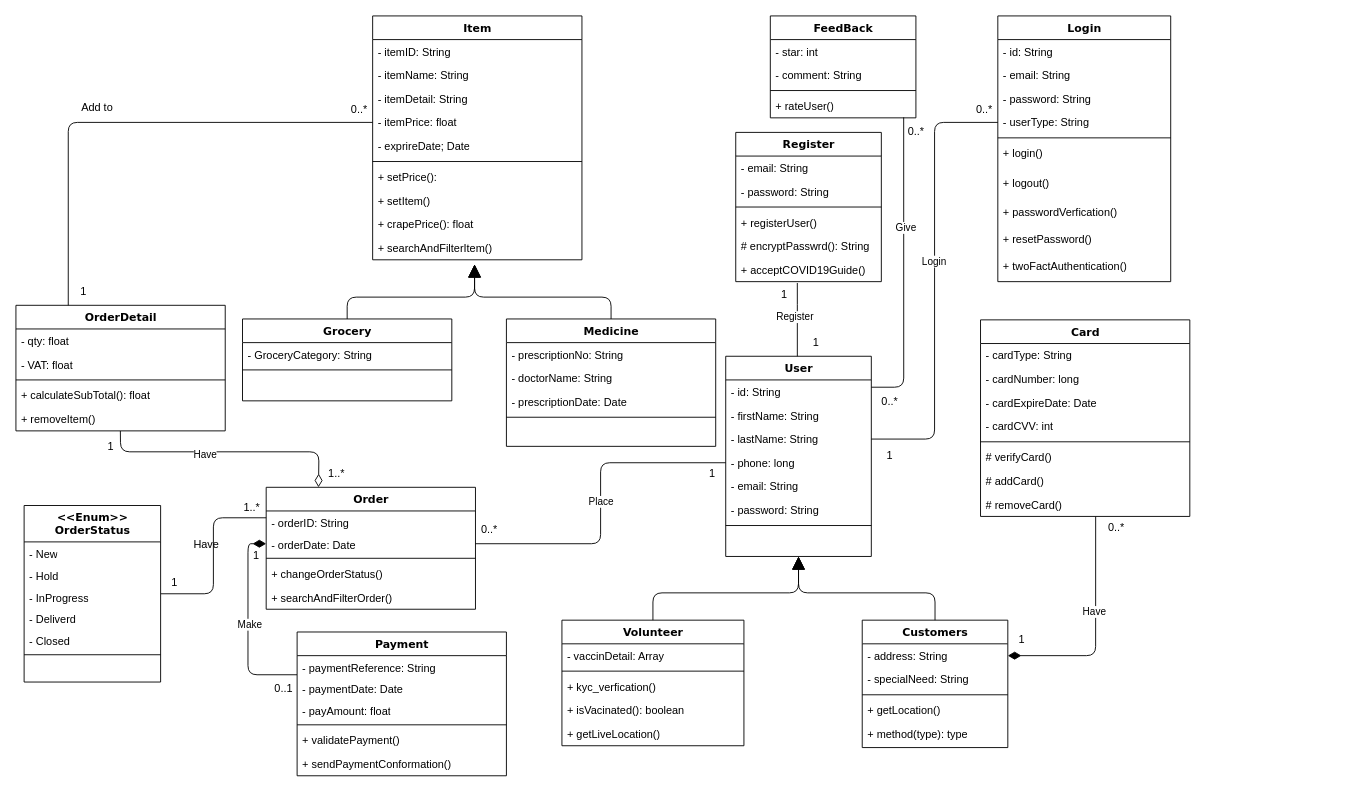
Before: Soft40091 CWK - Class Diagram.drawio in AnjeloM/AnjeloM, a draw.io diagram. Source tidied: cells renumbered, new cells numbered last; positions are measured from the earlier drawing's top-left corner, leaving out a move shared by most shapes. Both pictures are drawn from the tidied source at 91%, with x=0, y=0 at pixel (15, 15).
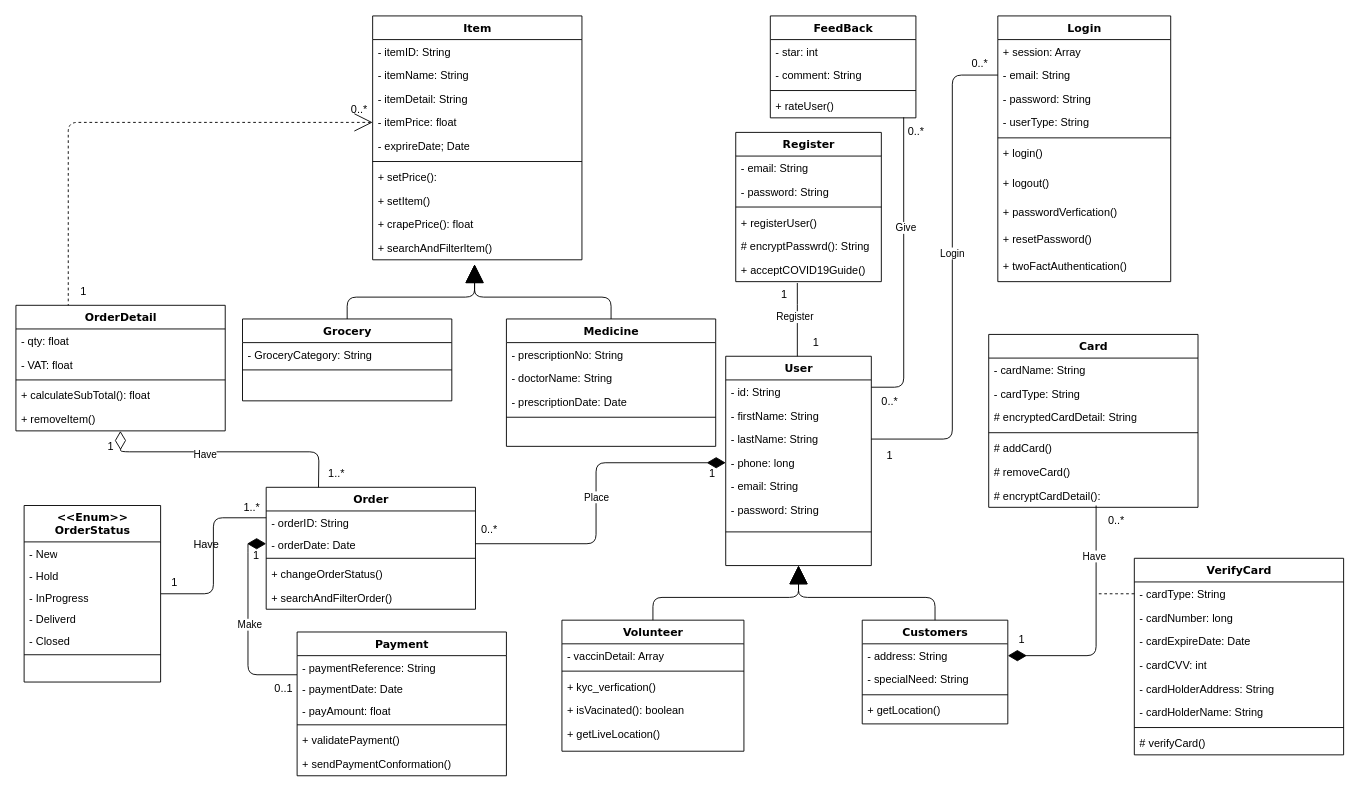
Above is the later version.

The change refers to these unchanged cells:
```xml
<mxCell id="5" value="- lastName: String" style="text;html=1;strokeColor=none;fillColor=none;align=left;verticalAlign=top;spacingLeft=4;spacingRight=4;whiteSpace=wrap;overflow=hidden;points=[[0,0.5],[1,0.5]];portConstraint=eastwest;" parent="2" vertex="1">
  <mxGeometry y="78" width="160" height="26" as="geometry" />
</mxCell>
<mxCell id="6" value="- phone: long" style="text;html=1;strokeColor=none;fillColor=none;align=left;verticalAlign=top;spacingLeft=4;spacingRight=4;whiteSpace=wrap;overflow=hidden;points=[[0,0.5],[1,0.5]];portConstraint=eastwest;" parent="2" vertex="1">
  <mxGeometry y="104" width="160" height="26" as="geometry" />
</mxCell>
<mxCell id="12" value="- address: String" style="text;html=1;strokeColor=none;fillColor=none;align=left;verticalAlign=top;spacingLeft=4;spacingRight=4;whiteSpace=wrap;overflow=hidden;points=[[0,0.5],[1,0.5]];portConstraint=eastwest;" parent="11" vertex="1">
  <mxGeometry y="26" width="160" height="26" as="geometry" />
</mxCell>
<mxCell id="17" value="Login" style="swimlane;html=1;fontStyle=1;align=center;verticalAlign=top;horizontal=1;startSize=26;swimlaneFillColor=#ffffff;rounded=0;shadow=0;comic=0;labelBackgroundColor=none;strokeWidth=1;fillColor=none;fontFamily=Verdana;fontSize=12;" parent="1" vertex="1">
  <mxGeometry x="1079" width="190" height="292" as="geometry" />
</mxCell>
<mxCell id="19" value="- email: String" style="text;html=1;strokeColor=none;fillColor=none;align=left;verticalAlign=top;spacingLeft=4;spacingRight=4;whiteSpace=wrap;overflow=hidden;points=[[0,0.5],[1,0.5]];portConstraint=eastwest;" parent="17" vertex="1">
  <mxGeometry y="52" width="190" height="26" as="geometry" />
</mxCell>
<mxCell id="21" value="- userType: String" style="text;html=1;strokeColor=none;fillColor=none;align=left;verticalAlign=top;spacingLeft=4;spacingRight=4;whiteSpace=wrap;overflow=hidden;points=[[0,0.5],[1,0.5]];portConstraint=eastwest;" parent="17" vertex="1">
  <mxGeometry y="104" width="190" height="26" as="geometry" />
</mxCell>
<mxCell id="57" value="- itemPrice: float" style="text;html=1;strokeColor=none;fillColor=none;align=left;verticalAlign=top;spacingLeft=4;spacingRight=4;whiteSpace=wrap;overflow=hidden;points=[[0,0.5],[1,0.5]];portConstraint=eastwest;" parent="53" vertex="1">
  <mxGeometry y="104" width="230" height="26" as="geometry" />
</mxCell>
<mxCell id="65" value="Medicine" style="swimlane;html=1;fontStyle=1;align=center;verticalAlign=top;horizontal=1;startSize=26;swimlaneFillColor=#ffffff;rounded=0;shadow=0;comic=0;labelBackgroundColor=none;strokeWidth=1;fillColor=none;fontFamily=Verdana;fontSize=12;" parent="1" vertex="1">
  <mxGeometry x="539" y="333" width="230" height="140" as="geometry" />
</mxCell>
<mxCell id="71" value="Grocery" style="swimlane;html=1;fontStyle=1;align=center;verticalAlign=top;horizontal=1;startSize=26;swimlaneFillColor=#ffffff;rounded=0;shadow=0;comic=0;labelBackgroundColor=none;strokeWidth=1;fillColor=none;fontFamily=Verdana;fontSize=12;" parent="1" vertex="1">
  <mxGeometry x="249" y="333" width="230" height="90" as="geometry" />
</mxCell>
<mxCell id="76" value="OrderDetail" style="swimlane;html=1;fontStyle=1;align=center;verticalAlign=top;horizontal=1;startSize=26;swimlaneFillColor=#ffffff;rounded=0;shadow=0;comic=0;labelBackgroundColor=none;strokeWidth=1;fillColor=none;fontFamily=Verdana;fontSize=12;" parent="1" vertex="1">
  <mxGeometry y="318" width="230" height="138" as="geometry" />
</mxCell>
<mxCell id="81" value="+ removeItem()" style="text;html=1;strokeColor=none;fillColor=none;align=left;verticalAlign=top;spacingLeft=4;spacingRight=4;whiteSpace=wrap;overflow=hidden;points=[[0,0.5],[1,0.5]];portConstraint=eastwest;" parent="76" vertex="1">
  <mxGeometry y="112" width="230" height="26" as="geometry" />
</mxCell>
<mxCell id="82" value="Order" style="swimlane;html=1;fontStyle=1;align=center;verticalAlign=top;horizontal=1;startSize=26;swimlaneFillColor=#ffffff;rounded=0;shadow=0;comic=0;labelBackgroundColor=none;strokeWidth=1;fillColor=none;fontFamily=Verdana;fontSize=12;" parent="1" vertex="1">
  <mxGeometry x="275" y="518" width="230" height="134" as="geometry" />
</mxCell>
<mxCell id="84" value="- orderDate: Date" style="text;html=1;strokeColor=none;fillColor=none;align=left;verticalAlign=top;spacingLeft=4;spacingRight=4;whiteSpace=wrap;overflow=hidden;points=[[0,0.5],[1,0.5]];portConstraint=eastwest;" parent="82" vertex="1">
  <mxGeometry y="50" width="230" height="24" as="geometry" />
</mxCell>
<mxCell id="101" value="Payment" style="swimlane;html=1;fontStyle=1;align=center;verticalAlign=top;horizontal=1;startSize=26;swimlaneFillColor=#ffffff;rounded=0;shadow=0;comic=0;labelBackgroundColor=none;strokeWidth=1;fillColor=none;fontFamily=Verdana;fontSize=12;" parent="1" vertex="1">
  <mxGeometry x="309" y="677" width="230" height="158" as="geometry" />
</mxCell>
```

Diff of the diagram source:
```diff
@@
     <mxCell id="2" value="User" style="swimlane;html=1;fontStyle=1;align=center;verticalAlign=top;horizontal=1;startSize=26;swimlaneFillColor=#ffffff;rounded=0;shadow=0;comic=0;labelBackgroundColor=none;strokeWidth=1;fillColor=none;fontFamily=Verdana;fontSize=12;" parent="1" vertex="1">
-      <mxGeometry x="780" y="374" width="160" height="220" as="geometry" />
+      <mxGeometry x="780" y="374" width="160" height="230" as="geometry" />
     </mxCell>
@@
     <mxCell id="9" style="line;html=1;strokeWidth=1;fillColor=none;align=left;verticalAlign=middle;spacingTop=-1;spacingLeft=3;spacingRight=3;labelPosition=right;" parent="2" vertex="1">
-      <mxGeometry y="182" width="160" height="8" as="geometry" />
+      <mxGeometry y="182" width="160" height="22" as="geometry" />
     </mxCell>
-    <mxCell id="10" style="edgeStyle=orthogonalEdgeStyle;rounded=1;jettySize=auto;html=1;entryX=0.5;entryY=1;entryDx=0;entryDy=0;endSize=12;startSize=12;endArrow=block;endFill=1;curved=0;" parent="1" edge="1" source="11" target="2">
+    <mxCell id="10" style="edgeStyle=orthogonalEdgeStyle;rounded=1;jettySize=auto;html=1;entryX=0.5;entryY=1;entryDx=0;entryDy=0;endSize=18;startSize=18;endArrow=block;endFill=1;curved=0;" parent="1" edge="1" source="11" target="2">
       <mxGeometry relative="1" as="geometry" />
     </mxCell>
     <mxCell id="11" value="Customers" style="swimlane;html=1;fontStyle=1;align=center;verticalAlign=top;horizontal=1;startSize=26;swimlaneFillColor=#ffffff;rounded=0;shadow=0;comic=0;labelBackgroundColor=none;strokeWidth=1;fillColor=none;fontFamily=Verdana;fontSize=12;" parent="1" vertex="1">
-      <mxGeometry x="930" y="664" width="160" height="140" as="geometry" />
+      <mxGeometry x="930" y="664" width="160" height="114" as="geometry" />
     </mxCell>
@@
-    <mxCell id="16" value="+ method(type): type" style="text;html=1;strokeColor=none;fillColor=none;align=left;verticalAlign=top;spacingLeft=4;spacingRight=4;whiteSpace=wrap;overflow=hidden;" parent="11" vertex="1">
-      <mxGeometry y="112" width="160" height="26" as="geometry" />
-    </mxCell>
@@
-    <mxCell id="18" value="- id: String" style="text;html=1;strokeColor=none;fillColor=none;align=left;verticalAlign=top;spacingLeft=4;spacingRight=4;whiteSpace=wrap;overflow=hidden;" parent="17" vertex="1">
-      <mxGeometry y="26" width="190" height="26" as="geometry" />
-    </mxCell>
+    <mxCell id="142" value="+ session: Array" style="text;html=1;strokeColor=none;fillColor=none;align=left;verticalAlign=top;spacingLeft=4;spacingRight=4;whiteSpace=wrap;overflow=hidden;" parent="17" vertex="1">
+      <mxGeometry y="26" width="190" height="26" as="geometry" />
+    </mxCell>
@@
-    <mxCell id="28" style="edgeStyle=orthogonalEdgeStyle;rounded=1;jettySize=auto;html=1;entryX=0.5;entryY=1;entryDx=0;entryDy=0;endSize=12;startSize=12;endArrow=block;endFill=1;curved=0;" parent="1" edge="1" source="29" target="2">
+    <mxCell id="28" style="edgeStyle=orthogonalEdgeStyle;rounded=1;jettySize=auto;html=1;entryX=0.5;entryY=1;entryDx=0;entryDy=0;endSize=18;startSize=18;endArrow=block;endFill=1;curved=0;" parent="1" edge="1" source="29" target="2">
       <mxGeometry relative="1" as="geometry" />
     </mxCell>
     <mxCell id="29" value="Volunteer" style="swimlane;html=1;fontStyle=1;align=center;verticalAlign=top;horizontal=1;startSize=26;swimlaneFillColor=#ffffff;rounded=0;shadow=0;comic=0;labelBackgroundColor=none;strokeWidth=1;fillColor=none;fontFamily=Verdana;fontSize=12;" parent="1" vertex="1">
-      <mxGeometry x="600" y="664" width="200" height="138" as="geometry" />
+      <mxGeometry x="600" y="664" width="200" height="144" as="geometry" />
     </mxCell>
@@
     <mxCell id="35" value="Card" style="swimlane;html=1;fontStyle=1;align=center;verticalAlign=top;horizontal=1;startSize=26;swimlaneFillColor=#ffffff;rounded=0;shadow=0;comic=0;labelBackgroundColor=none;strokeWidth=1;fillColor=none;fontFamily=Verdana;fontSize=12;" parent="1" vertex="1">
-      <mxGeometry x="1060" y="334" width="230" height="216" as="geometry" />
+      <mxGeometry x="1069" y="350" width="230" height="190" as="geometry" />
     </mxCell>
+    <mxCell id="143" value="- cardName: String" style="text;html=1;strokeColor=none;fillColor=none;align=left;verticalAlign=top;spacingLeft=4;spacingRight=4;whiteSpace=wrap;overflow=hidden;" parent="35" vertex="1">
+      <mxGeometry y="26" width="230" height="26" as="geometry" />
+    </mxCell>
     <mxCell id="36" value="- cardType: String" style="text;html=1;strokeColor=none;fillColor=none;align=left;verticalAlign=top;spacingLeft=4;spacingRight=4;whiteSpace=wrap;overflow=hidden;" parent="35" vertex="1">
-      <mxGeometry y="26" width="230" height="26" as="geometry" />
+      <mxGeometry y="52" width="230" height="26" as="geometry" />
     </mxCell>
-    <mxCell id="37" value="- cardNumber: long" style="text;html=1;strokeColor=none;fillColor=none;align=left;verticalAlign=top;spacingLeft=4;spacingRight=4;whiteSpace=wrap;overflow=hidden;" parent="35" vertex="1">
-      <mxGeometry y="52" width="230" height="26" as="geometry" />
-    </mxCell>
-    <mxCell id="38" value="- cardExpireDate: Date" style="text;html=1;strokeColor=none;fillColor=none;align=left;verticalAlign=top;spacingLeft=4;spacingRight=4;whiteSpace=wrap;overflow=hidden;" parent="35" vertex="1">
-      <mxGeometry y="78" width="230" height="26" as="geometry" />
-    </mxCell>
-    <mxCell id="39" value="- cardCVV: int" style="text;html=1;strokeColor=none;fillColor=none;align=left;verticalAlign=top;spacingLeft=4;spacingRight=4;whiteSpace=wrap;overflow=hidden;" parent="35" vertex="1">
-      <mxGeometry y="104" width="230" height="26" as="geometry" />
-    </mxCell>
+    <mxCell id="144" value="# encryptedCardDetail: String" style="text;html=1;strokeColor=none;fillColor=none;align=left;verticalAlign=top;spacingLeft=4;spacingRight=4;whiteSpace=wrap;overflow=hidden;" parent="35" vertex="1">
+      <mxGeometry y="78" width="230" height="26" as="geometry" />
+    </mxCell>
     <mxCell id="40" style="line;html=1;strokeWidth=1;fillColor=none;align=left;verticalAlign=middle;spacingTop=-1;spacingLeft=3;spacingRight=3;labelPosition=right;" parent="35" vertex="1">
-      <mxGeometry y="130" width="230" height="8" as="geometry" />
+      <mxGeometry y="104" width="230" height="8" as="geometry" />
     </mxCell>
-    <mxCell id="41" value="# verifyCard()" style="text;html=1;strokeColor=none;fillColor=none;align=left;verticalAlign=top;spacingLeft=4;spacingRight=4;whiteSpace=wrap;overflow=hidden;" parent="35" vertex="1">
-      <mxGeometry y="138" width="230" height="26" as="geometry" />
-    </mxCell>
     <mxCell id="42" value="# addCard()" style="text;html=1;strokeColor=none;fillColor=none;align=left;verticalAlign=top;spacingLeft=4;spacingRight=4;whiteSpace=wrap;overflow=hidden;" parent="35" vertex="1">
-      <mxGeometry y="164" width="230" height="26" as="geometry" />
+      <mxGeometry y="112" width="230" height="26" as="geometry" />
     </mxCell>
     <mxCell id="43" value="# removeCard()" style="text;html=1;strokeColor=none;fillColor=none;align=left;verticalAlign=top;spacingLeft=4;spacingRight=4;whiteSpace=wrap;overflow=hidden;" parent="35" vertex="1">
-      <mxGeometry y="190" width="230" height="26" as="geometry" />
+      <mxGeometry y="138" width="230" height="26" as="geometry" />
     </mxCell>
+    <mxCell id="145" value="# encryptCardDetail():" style="text;html=1;strokeColor=none;fillColor=none;align=left;verticalAlign=top;spacingLeft=4;spacingRight=4;whiteSpace=wrap;overflow=hidden;" parent="35" vertex="1">
+      <mxGeometry y="164" width="230" height="26" as="geometry" />
+    </mxCell>
@@
-    <mxCell id="51" style="edgeStyle=orthogonalEdgeStyle;rounded=1;jettySize=auto;html=1;endArrow=none;endFill=0;startSize=12;endSize=12;startArrow=diamondThin;startFill=1;curved=0;entryX=-0.062;entryY=0.073;entryDx=0;entryDy=0;entryPerimeter=0;" parent="1" edge="1" source="12" target="127">
+    <mxCell id="51" style="edgeStyle=orthogonalEdgeStyle;rounded=1;jettySize=auto;html=1;endArrow=none;endFill=0;startSize=18;endSize=18;startArrow=diamondThin;startFill=1;curved=0;" parent="1" edge="1" source="12">
       <mxGeometry relative="1" as="geometry">
+        <mxPoint x="1187" y="538" as="targetPoint" />
         <Array as="points">
           <mxPoint x="1187" y="703" />
         </Array>
       </mxGeometry>
     </mxCell>
     <mxCell id="52" value="Have" style="edgeLabel;html=1;align=center;verticalAlign=middle;" parent="51" vertex="1">
-      <mxGeometry x="0.16" y="2" relative="1" as="geometry" />
+      <mxGeometry x="0.16" y="2" relative="1" as="geometry">
+        <mxPoint x="-1" y="-55" as="offset" />
+      </mxGeometry>
     </mxCell>
@@
-    <mxCell id="64" style="edgeStyle=orthogonalEdgeStyle;rounded=1;jettySize=auto;html=1;entryX=0.5;entryY=1;entryDx=0;entryDy=0;endSize=12;startSize=12;endArrow=block;endFill=1;curved=0;" parent="1" edge="1" source="65">
+    <mxCell id="64" style="edgeStyle=orthogonalEdgeStyle;rounded=1;jettySize=auto;html=1;entryX=0.5;entryY=1;entryDx=0;entryDy=0;endSize=18;startSize=18;endArrow=block;endFill=1;curved=0;" parent="1" edge="1" source="65">
       <mxGeometry relative="1" as="geometry">
         <mxPoint x="504" y="273" as="targetPoint" />
         <Array as="points">
           <mxPoint x="654" y="309" />
           <mxPoint x="504" y="309" />
         </Array>
       </mxGeometry>
     </mxCell>
@@
-    <mxCell id="75" style="edgeStyle=orthogonalEdgeStyle;rounded=1;jettySize=auto;html=1;entryX=0.5;entryY=1;entryDx=0;entryDy=0;endSize=12;startSize=12;endArrow=block;endFill=1;curved=0;" parent="1" edge="1" source="71">
+    <mxCell id="75" style="edgeStyle=orthogonalEdgeStyle;rounded=1;jettySize=auto;html=1;entryX=0.5;entryY=1;entryDx=0;entryDy=0;endSize=18;startSize=18;endArrow=block;endFill=1;curved=0;" parent="1" edge="1" source="71">
       <mxGeometry relative="1" as="geometry">
         <mxPoint x="504" y="273" as="targetPoint" />
         <Array as="points">
           <mxPoint x="364" y="309" />
           <mxPoint x="504" y="309" />
         </Array>
       </mxGeometry>
     </mxCell>
@@
-    <mxCell id="88" style="rounded=1;jettySize=auto;html=1;entryX=0.25;entryY=0;entryDx=0;entryDy=0;endArrow=diamondThin;endFill=0;endSize=12;startSize=12;exitX=0.499;exitY=1.004;exitDx=0;exitDy=0;exitPerimeter=0;curved=0;" parent="1" edge="1" source="81" target="82">
+    <mxCell id="88" style="rounded=1;jettySize=auto;html=1;entryX=0.25;entryY=0;entryDx=0;entryDy=0;endArrow=none;endFill=0;endSize=18;startSize=18;exitX=0.499;exitY=1.004;exitDx=0;exitDy=0;exitPerimeter=0;curved=0;startArrow=diamondThin;startFill=0;" parent="1" edge="1" source="81" target="82">
       <mxGeometry relative="1" as="geometry">
         <Array as="points">
           <mxPoint x="115" y="479" />
           <mxPoint x="333" y="479" />
         </Array>
       </mxGeometry>
     </mxCell>
@@
-    <mxCell id="99" style="edgeStyle=orthogonalEdgeStyle;rounded=1;jettySize=auto;html=1;entryX=0;entryY=0.5;entryDx=0;entryDy=0;endArrow=diamondThin;endFill=1;curved=0;endSize=12;startSize=12;" parent="1" edge="1" source="101" target="84">
+    <mxCell id="99" style="edgeStyle=orthogonalEdgeStyle;rounded=1;jettySize=auto;html=1;entryX=0;entryY=0.5;entryDx=0;entryDy=0;endArrow=diamondThin;endFill=1;curved=0;endSize=18;startSize=18;" parent="1" edge="1" source="101" target="84">
       <mxGeometry relative="1" as="geometry">
         <Array as="points">
           <mxPoint x="255" y="724" />
           <mxPoint x="255" y="580" />
         </Array>
       </mxGeometry>
     </mxCell>
@@
-    <mxCell id="113" style="edgeStyle=orthogonalEdgeStyle;rounded=1;jettySize=auto;html=1;entryX=1;entryY=0.5;entryDx=0;entryDy=0;endArrow=none;endFill=0;curved=0;" parent="1" edge="1" source="21" target="5">
-      <mxGeometry relative="1" as="geometry" />
+    <mxCell id="113" style="edgeStyle=orthogonalEdgeStyle;rounded=1;jettySize=auto;html=1;entryX=1;entryY=0.5;entryDx=0;entryDy=0;endArrow=none;endFill=0;curved=0;exitX=0;exitY=0.5;exitDx=0;exitDy=0;" parent="1" edge="1" source="19" target="5">
+      <mxGeometry relative="1" as="geometry">
+        <Array as="points">
+          <mxPoint x="1029" y="65" />
+          <mxPoint x="1029" y="465" />
+        </Array>
+      </mxGeometry>
     </mxCell>
@@
-    <mxCell id="119" style="edgeStyle=orthogonalEdgeStyle;rounded=1;jettySize=auto;html=1;entryX=0.25;entryY=0;entryDx=0;entryDy=0;endArrow=none;endFill=0;flowAnimation=0;curved=0;" parent="1" edge="1" source="57" target="76">
+    <mxCell id="119" style="edgeStyle=orthogonalEdgeStyle;rounded=1;jettySize=auto;html=1;entryX=0.25;entryY=0;entryDx=0;entryDy=0;endArrow=none;endFill=0;flowAnimation=0;curved=0;dashed=1;startArrow=open;startFill=0;endSize=18;startSize=18;" parent="1" edge="1" source="57" target="76">
       <mxGeometry relative="1" as="geometry" />
     </mxCell>
@@
     <mxCell id="125" value="0..*" style="text;html=1;align=center;verticalAlign=middle;strokeColor=none;fillColor=none;" parent="1" vertex="1">
-      <mxGeometry x="1044" y="88" width="40" height="30" as="geometry" />
+      <mxGeometry x="1039" y="38" width="40" height="30" as="geometry" />
     </mxCell>
@@
     <mxCell id="127" value="0..*" style="text;html=1;align=center;verticalAlign=middle;points=[];strokeColor=none;fillColor=none;" parent="1" vertex="1">
-      <mxGeometry x="1189" y="548" width="40" height="30" as="geometry" />
+      <mxGeometry x="1189" y="540" width="40" height="30" as="geometry" />
     </mxCell>
@@
-    <mxCell id="132" style="edgeStyle=orthogonalEdgeStyle;rounded=1;jettySize=auto;html=1;entryX=1;entryY=0.5;entryDx=0;entryDy=0;curved=0;endArrow=none;endFill=0;endSize=12;" parent="1" edge="1" source="6" target="84">
+    <mxCell id="132" style="edgeStyle=orthogonalEdgeStyle;rounded=1;jettySize=auto;html=1;entryX=1;entryY=0.5;entryDx=0;entryDy=0;curved=0;endArrow=none;endFill=0;endSize=18;startArrow=diamondThin;startFill=1;startSize=18;" parent="1" edge="1" source="6" target="84">
       <mxGeometry relative="1" as="geometry" />
     </mxCell>
@@
-    <mxCell id="134" value="Add to" style="text;html=1;align=center;verticalAlign=middle;strokeColor=none;fillColor=none;" parent="1" vertex="1">
-      <mxGeometry x="59" y="86" width="60" height="30" as="geometry" />
-    </mxCell>
@@
+    <mxCell id="146" value="VerifyCard" style="swimlane;html=1;fontStyle=1;align=center;verticalAlign=top;horizontal=1;startSize=26;swimlaneFillColor=#ffffff;rounded=0;shadow=0;comic=0;labelBackgroundColor=none;strokeWidth=1;fillColor=none;fontFamily=Verdana;fontSize=12;" parent="1" vertex="1">
+      <mxGeometry x="1229" y="596" width="230" height="216" as="geometry" />
+    </mxCell>
+    <mxCell id="147" style="edgeStyle=orthogonalEdgeStyle;rounded=0;jettySize=auto;html=1;endArrow=none;endFill=0;dashed=1;" parent="146" edge="1" source="148">
+      <mxGeometry relative="1" as="geometry">
+        <mxPoint x="-40" y="39" as="targetPoint" />
+      </mxGeometry>
+    </mxCell>
+    <mxCell id="148" value="- cardType: String" style="text;html=1;strokeColor=none;fillColor=none;align=left;verticalAlign=top;spacingLeft=4;spacingRight=4;whiteSpace=wrap;overflow=hidden;points=[[0,0.5],[1,0.5]];portConstraint=eastwest;" parent="146" vertex="1">
+      <mxGeometry y="26" width="230" height="26" as="geometry" />
+    </mxCell>
+    <mxCell id="37" value="- cardNumber: long" style="text;html=1;strokeColor=none;fillColor=none;align=left;verticalAlign=top;spacingLeft=4;spacingRight=4;whiteSpace=wrap;overflow=hidden;" parent="146" vertex="1">
+      <mxGeometry y="52" width="230" height="26" as="geometry" />
+    </mxCell>
+    <mxCell id="38" value="- cardExpireDate: Date" style="text;html=1;strokeColor=none;fillColor=none;align=left;verticalAlign=top;spacingLeft=4;spacingRight=4;whiteSpace=wrap;overflow=hidden;" parent="146" vertex="1">
+      <mxGeometry y="78" width="230" height="26" as="geometry" />
+    </mxCell>
+    <mxCell id="39" value="- cardCVV: int" style="text;html=1;strokeColor=none;fillColor=none;align=left;verticalAlign=top;spacingLeft=4;spacingRight=4;whiteSpace=wrap;overflow=hidden;" parent="146" vertex="1">
+      <mxGeometry y="104" width="230" height="26" as="geometry" />
+    </mxCell>
+    <mxCell id="149" value="- cardHolderAddress: String" style="text;html=1;strokeColor=none;fillColor=none;align=left;verticalAlign=top;spacingLeft=4;spacingRight=4;whiteSpace=wrap;overflow=hidden;" parent="146" vertex="1">
+      <mxGeometry y="130" width="230" height="26" as="geometry" />
+    </mxCell>
+    <mxCell id="150" value="- cardHolderName: String" style="text;html=1;strokeColor=none;fillColor=none;align=left;verticalAlign=top;spacingLeft=4;spacingRight=4;whiteSpace=wrap;overflow=hidden;" parent="146" vertex="1">
+      <mxGeometry y="156" width="230" height="26" as="geometry" />
+    </mxCell>
+    <mxCell id="151" style="line;html=1;strokeWidth=1;fillColor=none;align=left;verticalAlign=middle;spacingTop=-1;spacingLeft=3;spacingRight=3;labelPosition=right;" parent="146" vertex="1">
+      <mxGeometry y="182" width="230" height="8" as="geometry" />
+    </mxCell>
+    <mxCell id="41" value="# verifyCard()" style="text;html=1;strokeColor=none;fillColor=none;align=left;verticalAlign=top;spacingLeft=4;spacingRight=4;whiteSpace=wrap;overflow=hidden;" parent="146" vertex="1">
+      <mxGeometry y="190" width="230" height="26" as="geometry" />
+    </mxCell>
```
